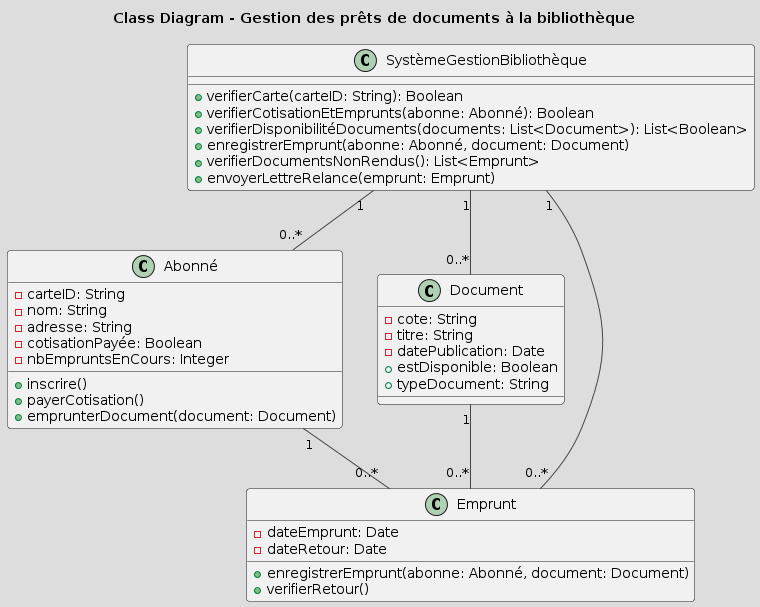
This is asset/diagramme_classe.png from clemence95/CDA24178, a PlantUML export, as it was before one commit.
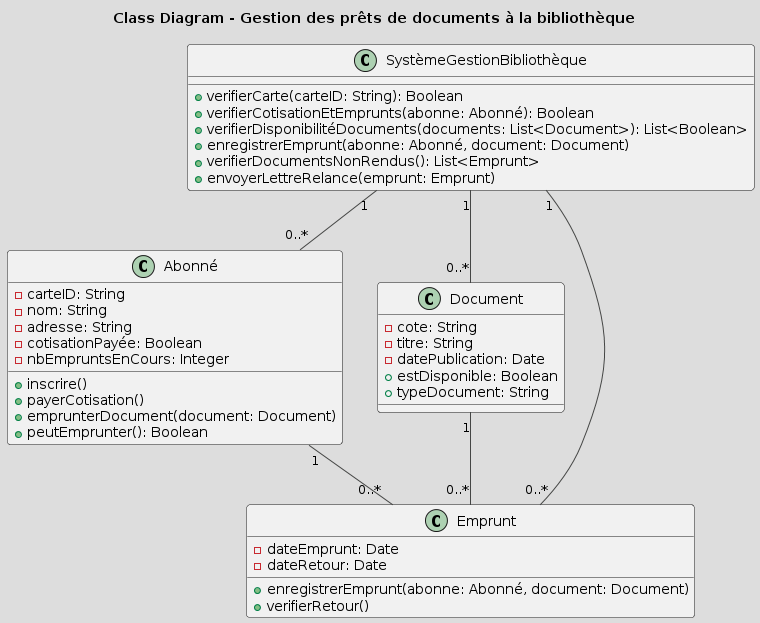
After the change.

The edit, as a diff of the source:
```diff
@@ -11,6 +11,7 @@
     + inscrire()
     + payerCotisation()
     + emprunterDocument(document: Document)
+    + peutEmprunter(): Boolean
 }
 
 class Document {
```
